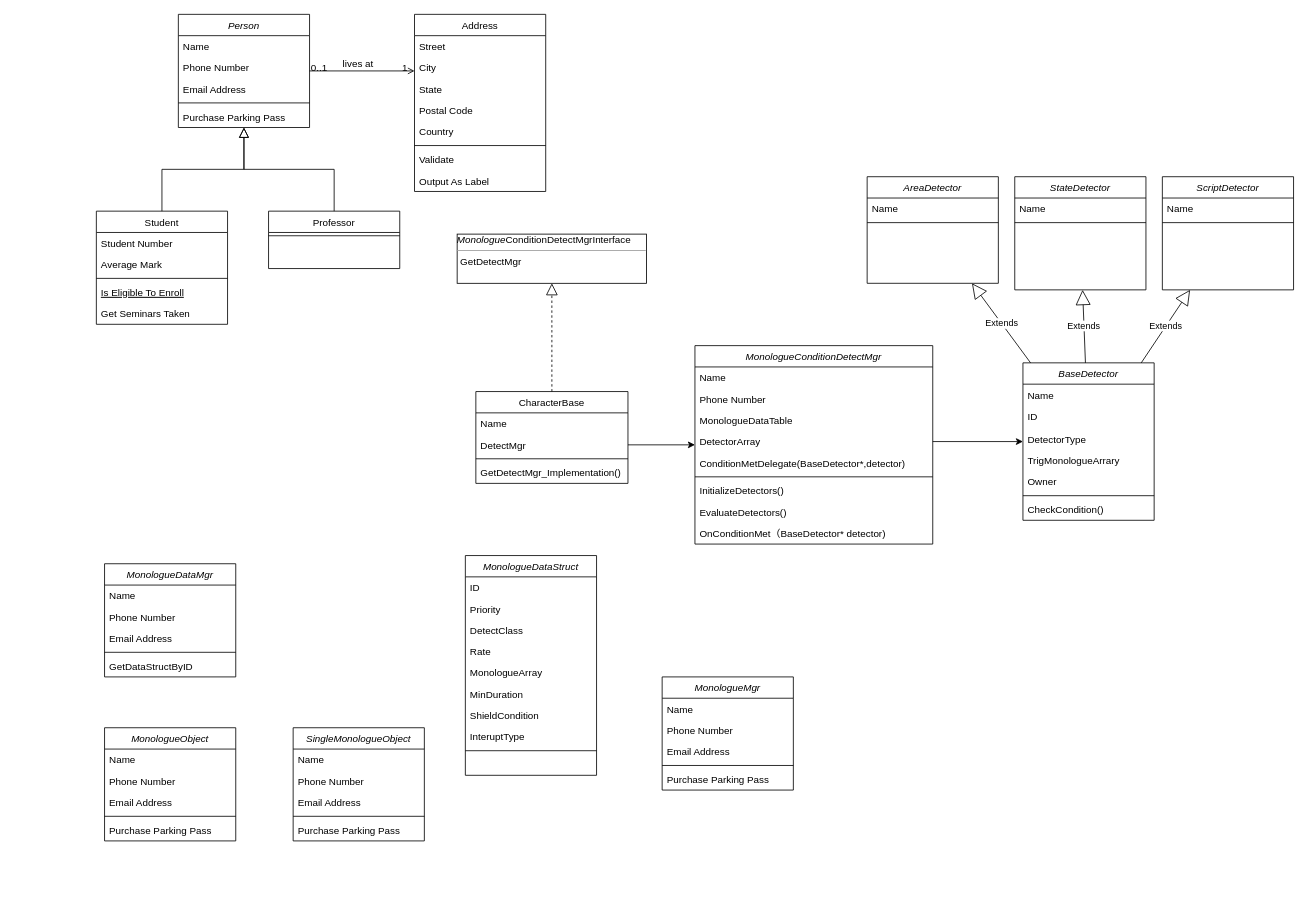
Before: Wwise.drawio in linking314/hello-world, a draw.io diagram. Source tidied: cells renumbered, new cells numbered last; positions are measured from the earlier drawing's top-left corner, leaving out a move shared by most shapes. Both pictures are drawn from the tidied source at 82%, with x=0, y=0 at pixel (96, 14).
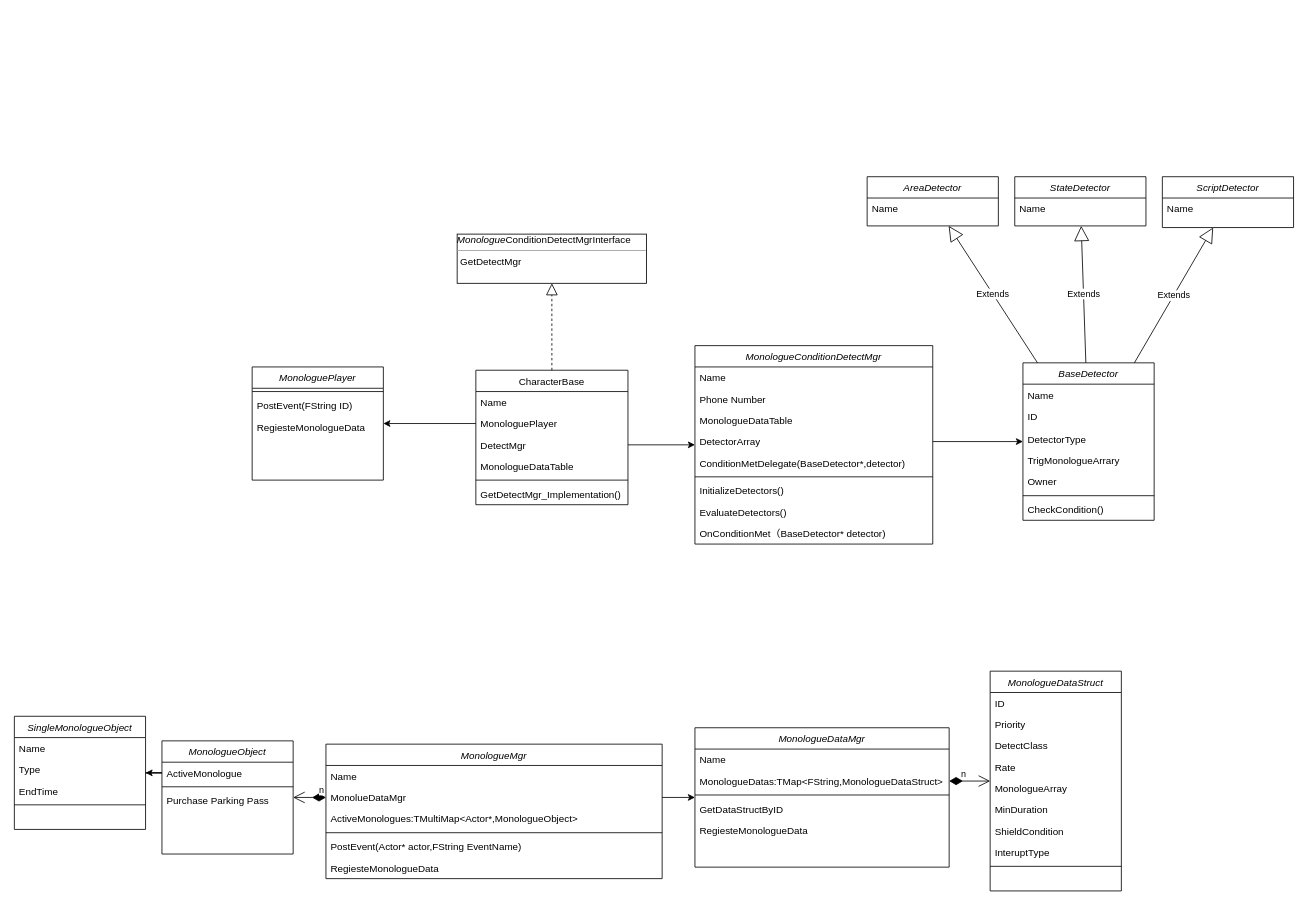
The same diagram, later.

Change to the diagram source:
```diff
@@
-    <mxCell id="2" value="Person" style="swimlane;fontStyle=2;align=center;verticalAlign=top;horizontal=1;startSize=26;rounded=0;shadow=0;strokeWidth=1;" parent="1" vertex="1">
-      <mxGeometry x="100" width="160" height="138" as="geometry" />
-    </mxCell>
-    <mxCell id="3" value="Name" style="text;align=left;verticalAlign=top;spacingLeft=4;spacingRight=4;overflow=hidden;" parent="2" vertex="1">
-      <mxGeometry y="26" width="160" height="26" as="geometry" />
-    </mxCell>
-    <mxCell id="4" value="Phone Number" style="text;align=left;verticalAlign=top;spacingLeft=4;spacingRight=4;overflow=hidden;rounded=0;shadow=0;html=0;" parent="2" vertex="1">
-      <mxGeometry y="52" width="160" height="26" as="geometry" />
-    </mxCell>
-    <mxCell id="5" value="Email Address" style="text;align=left;verticalAlign=top;spacingLeft=4;spacingRight=4;overflow=hidden;rounded=0;shadow=0;html=0;" parent="2" vertex="1">
-      <mxGeometry y="78" width="160" height="26" as="geometry" />
-    </mxCell>
-    <mxCell id="6" style="line;html=1;strokeWidth=1;align=left;verticalAlign=middle;spacingTop=-1;spacingLeft=3;spacingRight=3;labelPosition=right;" parent="2" vertex="1">
-      <mxGeometry y="104" width="160" height="8" as="geometry" />
-    </mxCell>
-    <mxCell id="7" value="Purchase Parking Pass" style="text;align=left;verticalAlign=top;spacingLeft=4;spacingRight=4;overflow=hidden;" parent="2" vertex="1">
-      <mxGeometry y="112" width="160" height="26" as="geometry" />
-    </mxCell>
-    <mxCell id="8" value="Student" style="swimlane;fontStyle=0;align=center;verticalAlign=top;horizontal=1;startSize=26;rounded=0;shadow=0;strokeWidth=1;" parent="1" vertex="1">
-      <mxGeometry y="240" width="160" height="138" as="geometry" />
-    </mxCell>
-    <mxCell id="9" value="Student Number" style="text;align=left;verticalAlign=top;spacingLeft=4;spacingRight=4;overflow=hidden;" parent="8" vertex="1">
-      <mxGeometry y="26" width="160" height="26" as="geometry" />
-    </mxCell>
-    <mxCell id="10" value="Average Mark" style="text;align=left;verticalAlign=top;spacingLeft=4;spacingRight=4;overflow=hidden;rounded=0;shadow=0;html=0;" parent="8" vertex="1">
-      <mxGeometry y="52" width="160" height="26" as="geometry" />
-    </mxCell>
-    <mxCell id="11" style="line;html=1;strokeWidth=1;align=left;verticalAlign=middle;spacingTop=-1;spacingLeft=3;spacingRight=3;labelPosition=right;" parent="8" vertex="1">
-      <mxGeometry y="78" width="160" height="8" as="geometry" />
-    </mxCell>
-    <mxCell id="12" value="Is Eligible To Enroll" style="text;align=left;verticalAlign=top;spacingLeft=4;spacingRight=4;overflow=hidden;fontStyle=4;" parent="8" vertex="1">
-      <mxGeometry y="86" width="160" height="26" as="geometry" />
-    </mxCell>
-    <mxCell id="13" value="Get Seminars Taken" style="text;align=left;verticalAlign=top;spacingLeft=4;spacingRight=4;overflow=hidden;" parent="8" vertex="1">
-      <mxGeometry y="112" width="160" height="26" as="geometry" />
-    </mxCell>
-    <mxCell id="14" style="endArrow=block;endSize=10;endFill=0;shadow=0;strokeWidth=1;rounded=0;edgeStyle=elbowEdgeStyle;elbow=vertical;" parent="1" edge="1" source="8" target="2">
-      <mxGeometry relative="1" as="geometry" />
-    </mxCell>
-    <mxCell id="15" value="Professor" style="swimlane;fontStyle=0;align=center;verticalAlign=top;horizontal=1;startSize=26;rounded=0;shadow=0;strokeWidth=1;" parent="1" vertex="1">
-      <mxGeometry x="210" y="240" width="160" height="70" as="geometry" />
-    </mxCell>
-    <mxCell id="16" style="line;html=1;strokeWidth=1;align=left;verticalAlign=middle;spacingTop=-1;spacingLeft=3;spacingRight=3;labelPosition=right;" parent="15" vertex="1">
-      <mxGeometry y="26" width="160" height="8" as="geometry" />
-    </mxCell>
-    <mxCell id="17" style="endArrow=block;endSize=10;endFill=0;shadow=0;strokeWidth=1;rounded=0;edgeStyle=elbowEdgeStyle;elbow=vertical;" parent="1" edge="1" source="15" target="2">
-      <mxGeometry relative="1" as="geometry" />
-    </mxCell>
-    <mxCell id="18" value="Address" style="swimlane;fontStyle=0;align=center;verticalAlign=top;horizontal=1;startSize=26;rounded=0;shadow=0;strokeWidth=1;" parent="1" vertex="1">
-      <mxGeometry x="388" width="160" height="216" as="geometry" />
-    </mxCell>
-    <mxCell id="19" value="Street" style="text;align=left;verticalAlign=top;spacingLeft=4;spacingRight=4;overflow=hidden;" parent="18" vertex="1">
-      <mxGeometry y="26" width="160" height="26" as="geometry" />
-    </mxCell>
-    <mxCell id="20" value="City" style="text;align=left;verticalAlign=top;spacingLeft=4;spacingRight=4;overflow=hidden;rounded=0;shadow=0;html=0;" parent="18" vertex="1">
-      <mxGeometry y="52" width="160" height="26" as="geometry" />
-    </mxCell>
-    <mxCell id="21" value="State" style="text;align=left;verticalAlign=top;spacingLeft=4;spacingRight=4;overflow=hidden;rounded=0;shadow=0;html=0;" parent="18" vertex="1">
-      <mxGeometry y="78" width="160" height="26" as="geometry" />
-    </mxCell>
-    <mxCell id="22" value="Postal Code" style="text;align=left;verticalAlign=top;spacingLeft=4;spacingRight=4;overflow=hidden;rounded=0;shadow=0;html=0;" parent="18" vertex="1">
-      <mxGeometry y="104" width="160" height="26" as="geometry" />
-    </mxCell>
-    <mxCell id="23" value="Country" style="text;align=left;verticalAlign=top;spacingLeft=4;spacingRight=4;overflow=hidden;rounded=0;shadow=0;html=0;" parent="18" vertex="1">
-      <mxGeometry y="130" width="160" height="26" as="geometry" />
-    </mxCell>
-    <mxCell id="24" style="line;html=1;strokeWidth=1;align=left;verticalAlign=middle;spacingTop=-1;spacingLeft=3;spacingRight=3;labelPosition=right;" parent="18" vertex="1">
-      <mxGeometry y="156" width="160" height="8" as="geometry" />
-    </mxCell>
-    <mxCell id="25" value="Validate" style="text;align=left;verticalAlign=top;spacingLeft=4;spacingRight=4;overflow=hidden;" parent="18" vertex="1">
-      <mxGeometry y="164" width="160" height="26" as="geometry" />
-    </mxCell>
-    <mxCell id="26" value="Output As Label" style="text;align=left;verticalAlign=top;spacingLeft=4;spacingRight=4;overflow=hidden;" parent="18" vertex="1">
-      <mxGeometry y="190" width="160" height="26" as="geometry" />
-    </mxCell>
-    <mxCell id="27" style="endArrow=open;shadow=0;strokeWidth=1;rounded=0;endFill=1;edgeStyle=elbowEdgeStyle;elbow=vertical;" parent="1" edge="1" source="2" target="18">
-      <mxGeometry x="0.5" y="41" relative="1" as="geometry">
-        <mxPoint x="-40" y="32" as="offset" />
-      </mxGeometry>
-    </mxCell>
-    <mxCell id="28" value="0..1" style="align=left;verticalAlign=bottom;labelBackgroundColor=none;fontSize=12;" parent="27" vertex="1">
-      <mxGeometry x="-1" relative="1" as="geometry">
-        <mxPoint y="4" as="offset" />
-      </mxGeometry>
-    </mxCell>
-    <mxCell id="29" value="1" style="align=right;verticalAlign=bottom;labelBackgroundColor=none;fontSize=12;" parent="27" vertex="1">
-      <mxGeometry x="1" relative="1" as="geometry">
-        <mxPoint x="-7" y="4" as="offset" />
-      </mxGeometry>
-    </mxCell>
-    <mxCell id="30" value="lives at" style="text;html=1;align=center;verticalAlign=middle;labelBackgroundColor=none;rounded=0;shadow=0;strokeWidth=1;fontSize=12;" parent="27" vertex="1">
-      <mxGeometry x="0.5" y="49" relative="1" as="geometry">
-        <mxPoint x="-38" y="40" as="offset" />
-      </mxGeometry>
-    </mxCell>
@@
     <mxCell id="40" value="MonologueDataMgr" style="swimlane;fontStyle=2;align=center;verticalAlign=top;horizontal=1;startSize=26;rounded=0;shadow=0;strokeWidth=1;" parent="1" vertex="1">
-      <mxGeometry x="10" y="670" width="160" height="138" as="geometry" />
+      <mxGeometry x="730" y="870" width="310" height="170" as="geometry" />
     </mxCell>
     <mxCell id="41" value="Name" style="text;align=left;verticalAlign=top;spacingLeft=4;spacingRight=4;overflow=hidden;" parent="40" vertex="1">
-      <mxGeometry y="26" width="160" height="26" as="geometry" />
+      <mxGeometry y="26" width="310" height="26" as="geometry" />
     </mxCell>
-    <mxCell id="42" value="Phone Number" style="text;align=left;verticalAlign=top;spacingLeft=4;spacingRight=4;overflow=hidden;rounded=0;shadow=0;html=0;" parent="40" vertex="1">
-      <mxGeometry y="52" width="160" height="26" as="geometry" />
-    </mxCell>
-    <mxCell id="43" value="Email Address" style="text;align=left;verticalAlign=top;spacingLeft=4;spacingRight=4;overflow=hidden;rounded=0;shadow=0;html=0;" parent="40" vertex="1">
-      <mxGeometry y="78" width="160" height="26" as="geometry" />
-    </mxCell>
+    <mxCell id="104" value="MonologueDatas:TMap&lt;FString,MonologueDataStruct&gt;" style="text;align=left;verticalAlign=top;spacingLeft=4;spacingRight=4;overflow=hidden;points=[[0,0.5],[1,0.5]];portConstraint=eastwest;" parent="40" vertex="1">
+      <mxGeometry y="52" width="310" height="26" as="geometry" />
+    </mxCell>
     <mxCell id="44" style="line;html=1;strokeWidth=1;align=left;verticalAlign=middle;spacingTop=-1;spacingLeft=3;spacingRight=3;labelPosition=right;" parent="40" vertex="1">
-      <mxGeometry y="104" width="160" height="8" as="geometry" />
+      <mxGeometry y="78" width="310" height="8" as="geometry" />
     </mxCell>
     <mxCell id="45" value="GetDataStructByID" style="text;align=left;verticalAlign=top;spacingLeft=4;spacingRight=4;overflow=hidden;" parent="40" vertex="1">
-      <mxGeometry y="112" width="160" height="26" as="geometry" />
+      <mxGeometry y="86" width="310" height="26" as="geometry" />
     </mxCell>
+    <mxCell id="105" value="RegiesteMonologueData" style="text;align=left;verticalAlign=top;spacingLeft=4;spacingRight=4;overflow=hidden;" parent="40" vertex="1">
+      <mxGeometry y="112" width="310" height="26" as="geometry" />
+    </mxCell>
     <mxCell id="46" value="MonologueMgr" style="swimlane;fontStyle=2;align=center;verticalAlign=top;horizontal=1;startSize=26;rounded=0;shadow=0;strokeWidth=1;" parent="1" vertex="1">
-      <mxGeometry x="690" y="808" width="160" height="138" as="geometry" />
+      <mxGeometry x="280" y="890" width="410" height="164" as="geometry" />
     </mxCell>
     <mxCell id="47" value="Name" style="text;align=left;verticalAlign=top;spacingLeft=4;spacingRight=4;overflow=hidden;" parent="46" vertex="1">
-      <mxGeometry y="26" width="160" height="26" as="geometry" />
+      <mxGeometry y="26" width="410" height="26" as="geometry" />
     </mxCell>
-    <mxCell id="48" value="Phone Number" style="text;align=left;verticalAlign=top;spacingLeft=4;spacingRight=4;overflow=hidden;rounded=0;shadow=0;html=0;" parent="46" vertex="1">
-      <mxGeometry y="52" width="160" height="26" as="geometry" />
-    </mxCell>
-    <mxCell id="49" value="Email Address" style="text;align=left;verticalAlign=top;spacingLeft=4;spacingRight=4;overflow=hidden;rounded=0;shadow=0;html=0;" parent="46" vertex="1">
-      <mxGeometry y="78" width="160" height="26" as="geometry" />
-    </mxCell>
+    <mxCell id="106" value="MonolueDataMgr" style="text;align=left;verticalAlign=top;spacingLeft=4;spacingRight=4;overflow=hidden;points=[[0,0.5],[1,0.5]];portConstraint=eastwest;" parent="46" vertex="1">
+      <mxGeometry y="52" width="410" height="26" as="geometry" />
+    </mxCell>
+    <mxCell id="107" value="ActiveMonologues:TMultiMap&lt;Actor*,MonologueObject&gt;" style="text;align=left;verticalAlign=top;spacingLeft=4;spacingRight=4;overflow=hidden;" parent="46" vertex="1">
+      <mxGeometry y="78" width="410" height="26" as="geometry" />
+    </mxCell>
     <mxCell id="50" style="line;html=1;strokeWidth=1;align=left;verticalAlign=middle;spacingTop=-1;spacingLeft=3;spacingRight=3;labelPosition=right;" parent="46" vertex="1">
-      <mxGeometry y="104" width="160" height="8" as="geometry" />
+      <mxGeometry y="104" width="410" height="8" as="geometry" />
     </mxCell>
-    <mxCell id="51" value="Purchase Parking Pass" style="text;align=left;verticalAlign=top;spacingLeft=4;spacingRight=4;overflow=hidden;" parent="46" vertex="1">
-      <mxGeometry y="112" width="160" height="26" as="geometry" />
+    <mxCell id="51" value="PostEvent(Actor* actor,FString EventName)" style="text;align=left;verticalAlign=top;spacingLeft=4;spacingRight=4;overflow=hidden;" parent="46" vertex="1">
+      <mxGeometry y="112" width="410" height="26" as="geometry" />
     </mxCell>
+    <mxCell id="108" value="RegiesteMonologueData" style="text;align=left;verticalAlign=top;spacingLeft=4;spacingRight=4;overflow=hidden;" parent="46" vertex="1">
+      <mxGeometry y="138" width="410" height="26" as="geometry" />
+    </mxCell>
     <mxCell id="52" value="MonologueObject" style="swimlane;fontStyle=2;align=center;verticalAlign=top;horizontal=1;startSize=26;rounded=0;shadow=0;strokeWidth=1;" parent="1" vertex="1">
-      <mxGeometry x="10" y="870" width="160" height="138" as="geometry" />
+      <mxGeometry x="80" y="886" width="160" height="138" as="geometry" />
     </mxCell>
-    <mxCell id="53" value="Name" style="text;align=left;verticalAlign=top;spacingLeft=4;spacingRight=4;overflow=hidden;points=[[0,0.5],[1,0.5]];portConstraint=eastwest;" parent="52" vertex="1">
+    <mxCell id="53" value="ActiveMonologue" style="text;align=left;verticalAlign=top;spacingLeft=4;spacingRight=4;overflow=hidden;points=[[0,0.5],[1,0.5]];portConstraint=eastwest;" parent="52" vertex="1">
       <mxGeometry y="26" width="160" height="26" as="geometry" />
     </mxCell>
-    <mxCell id="54" value="Phone Number" style="text;align=left;verticalAlign=top;spacingLeft=4;spacingRight=4;overflow=hidden;rounded=0;shadow=0;html=0;" parent="52" vertex="1">
-      <mxGeometry y="52" width="160" height="26" as="geometry" />
-    </mxCell>
-    <mxCell id="55" value="Email Address" style="text;align=left;verticalAlign=top;spacingLeft=4;spacingRight=4;overflow=hidden;rounded=0;shadow=0;html=0;" parent="52" vertex="1">
-      <mxGeometry y="78" width="160" height="26" as="geometry" />
-    </mxCell>
     <mxCell id="56" style="line;html=1;strokeWidth=1;align=left;verticalAlign=middle;spacingTop=-1;spacingLeft=3;spacingRight=3;labelPosition=right;" parent="52" vertex="1">
-      <mxGeometry y="104" width="160" height="8" as="geometry" />
+      <mxGeometry y="52" width="160" height="8" as="geometry" />
     </mxCell>
     <mxCell id="57" value="Purchase Parking Pass" style="text;align=left;verticalAlign=top;spacingLeft=4;spacingRight=4;overflow=hidden;" parent="52" vertex="1">
-      <mxGeometry y="112" width="160" height="26" as="geometry" />
+      <mxGeometry y="60" width="160" height="26" as="geometry" />
     </mxCell>
     <mxCell id="58" value="SingleMonologueObject" style="swimlane;fontStyle=2;align=center;verticalAlign=top;horizontal=1;startSize=26;rounded=0;shadow=0;strokeWidth=1;" parent="1" vertex="1">
-      <mxGeometry x="240" y="870" width="160" height="138" as="geometry" />
+      <mxGeometry x="-100" y="856" width="160" height="138" as="geometry" />
     </mxCell>
@@
-    <mxCell id="60" value="Phone Number" style="text;align=left;verticalAlign=top;spacingLeft=4;spacingRight=4;overflow=hidden;rounded=0;shadow=0;html=0;" parent="58" vertex="1">
-      <mxGeometry y="52" width="160" height="26" as="geometry" />
-    </mxCell>
-    <mxCell id="61" value="Email Address" style="text;align=left;verticalAlign=top;spacingLeft=4;spacingRight=4;overflow=hidden;rounded=0;shadow=0;html=0;" parent="58" vertex="1">
-      <mxGeometry y="78" width="160" height="26" as="geometry" />
-    </mxCell>
+    <mxCell id="109" value="Type" style="text;align=left;verticalAlign=top;spacingLeft=4;spacingRight=4;overflow=hidden;" parent="58" vertex="1">
+      <mxGeometry y="52" width="160" height="26" as="geometry" />
+    </mxCell>
+    <mxCell id="110" value="EndTime" style="text;align=left;verticalAlign=top;spacingLeft=4;spacingRight=4;overflow=hidden;" parent="58" vertex="1">
+      <mxGeometry y="78" width="160" height="26" as="geometry" />
+    </mxCell>
@@
-    <mxCell id="63" value="Purchase Parking Pass" style="text;align=left;verticalAlign=top;spacingLeft=4;spacingRight=4;overflow=hidden;" parent="58" vertex="1">
-      <mxGeometry y="112" width="160" height="26" as="geometry" />
-    </mxCell>
     <mxCell id="64" value="MonologueDataStruct" style="swimlane;fontStyle=2;align=center;verticalAlign=top;horizontal=1;startSize=26;rounded=0;shadow=0;strokeWidth=1;" parent="1" vertex="1">
-      <mxGeometry x="450" y="660" width="160" height="268" as="geometry" />
+      <mxGeometry x="1090" y="801" width="160" height="268" as="geometry" />
     </mxCell>
@@
     <mxCell id="84" value="CharacterBase" style="swimlane;fontStyle=0;align=center;verticalAlign=top;horizontal=1;startSize=26;rounded=0;shadow=0;strokeWidth=1;" parent="1" vertex="1">
-      <mxGeometry x="462.8" y="460" width="185.5" height="112" as="geometry" />
+      <mxGeometry x="462.8" y="434" width="185.5" height="164" as="geometry" />
     </mxCell>
@@
+    <mxCell id="111" value="MonologuePlayer" style="text;align=left;verticalAlign=top;spacingLeft=4;spacingRight=4;overflow=hidden;points=[[0,0.5],[1,0.5]];portConstraint=eastwest;" parent="84" vertex="1">
+      <mxGeometry y="52" width="185.5" height="26" as="geometry" />
+    </mxCell>
     <mxCell id="86" value="DetectMgr" style="text;align=left;verticalAlign=top;spacingLeft=4;spacingRight=4;overflow=hidden;points=[[0,0.5],[1,0.5]];portConstraint=eastwest;" parent="84" vertex="1">
-      <mxGeometry y="52" width="185.5" height="26" as="geometry" />
+      <mxGeometry y="78" width="185.5" height="26" as="geometry" />
     </mxCell>
+    <mxCell id="112" value="MonologueDataTable" style="text;align=left;verticalAlign=top;spacingLeft=4;spacingRight=4;overflow=hidden;" parent="84" vertex="1">
+      <mxGeometry y="104" width="185.5" height="26" as="geometry" />
+    </mxCell>
     <mxCell id="87" style="line;html=1;strokeWidth=1;align=left;verticalAlign=middle;spacingTop=-1;spacingLeft=3;spacingRight=3;labelPosition=right;" parent="84" vertex="1">
-      <mxGeometry y="78" width="185.5" height="8" as="geometry" />
+      <mxGeometry y="130" width="185.5" height="8" as="geometry" />
     </mxCell>
     <mxCell id="88" value="GetDetectMgr_Implementation()" style="text;align=left;verticalAlign=top;spacingLeft=4;spacingRight=4;overflow=hidden;" parent="84" vertex="1">
-      <mxGeometry y="86" width="185.5" height="26" as="geometry" />
+      <mxGeometry y="138" width="185.5" height="26" as="geometry" />
     </mxCell>
     <mxCell id="89" value="AreaDetector" style="swimlane;fontStyle=2;align=center;verticalAlign=top;horizontal=1;startSize=26;rounded=0;shadow=0;strokeWidth=1;" parent="1" vertex="1">
-      <mxGeometry x="940" y="198" width="160" height="130" as="geometry" />
+      <mxGeometry x="940" y="198" width="160" height="60" as="geometry" />
     </mxCell>
@@
-    <mxCell id="91" style="line;html=1;strokeWidth=1;align=left;verticalAlign=middle;spacingTop=-1;spacingLeft=3;spacingRight=3;labelPosition=right;" parent="89" vertex="1">
-      <mxGeometry y="52" width="160" height="8" as="geometry" />
-    </mxCell>
     <mxCell id="92" value="StateDetector" style="swimlane;fontStyle=2;align=center;verticalAlign=top;horizontal=1;startSize=26;rounded=0;shadow=0;strokeWidth=1;" parent="1" vertex="1">
-      <mxGeometry x="1120" y="198" width="160" height="138" as="geometry" />
+      <mxGeometry x="1120" y="198" width="160" height="60" as="geometry" />
     </mxCell>
@@
-    <mxCell id="94" style="line;html=1;strokeWidth=1;align=left;verticalAlign=middle;spacingTop=-1;spacingLeft=3;spacingRight=3;labelPosition=right;" parent="92" vertex="1">
-      <mxGeometry y="52" width="160" height="8" as="geometry" />
-    </mxCell>
     <mxCell id="95" value="ScriptDetector" style="swimlane;fontStyle=2;align=center;verticalAlign=top;horizontal=1;startSize=26;rounded=0;shadow=0;strokeWidth=1;" parent="1" vertex="1">
-      <mxGeometry x="1300" y="198" width="160" height="138" as="geometry" />
+      <mxGeometry x="1300" y="198" width="160" height="62" as="geometry" />
     </mxCell>
@@
-    <mxCell id="97" style="line;html=1;strokeWidth=1;align=left;verticalAlign=middle;spacingTop=-1;spacingLeft=3;spacingRight=3;labelPosition=right;" parent="95" vertex="1">
-      <mxGeometry y="52" width="160" height="8" as="geometry" />
-    </mxCell>
@@
+    <mxCell id="113" value="n" style="endArrow=open;html=1;endSize=12;startArrow=diamondThin;startSize=14;startFill=1;edgeStyle=orthogonalEdgeStyle;align=left;verticalAlign=bottom;" parent="1" edge="1" source="104" target="64">
+      <mxGeometry x="-0.5" relative="1" as="geometry" />
+    </mxCell>
+    <mxCell id="114" style="edgeStyle=orthogonalEdgeStyle;rounded=0;jettySize=auto;html=1;" parent="1" edge="1" source="53" target="58">
+      <mxGeometry relative="1" as="geometry" />
+    </mxCell>
+    <mxCell id="115" value="n" style="endArrow=open;html=1;endSize=12;startArrow=diamondThin;startSize=14;startFill=1;edgeStyle=orthogonalEdgeStyle;align=left;verticalAlign=bottom;" parent="1" edge="1" source="106" target="52">
+      <mxGeometry x="-0.5" relative="1" as="geometry" />
+    </mxCell>
+    <mxCell id="116" value="MonologuePlayer" style="swimlane;fontStyle=2;align=center;verticalAlign=top;horizontal=1;startSize=26;rounded=0;shadow=0;strokeWidth=1;" parent="1" vertex="1">
+      <mxGeometry x="190" y="430" width="160" height="138" as="geometry" />
+    </mxCell>
+    <mxCell id="16" style="line;html=1;strokeWidth=1;align=left;verticalAlign=middle;spacingTop=-1;spacingLeft=3;spacingRight=3;labelPosition=right;" parent="116" vertex="1">
+      <mxGeometry y="26" width="160" height="8" as="geometry" />
+    </mxCell>
+    <mxCell id="117" value="PostEvent(FString ID)" style="text;align=left;verticalAlign=top;spacingLeft=4;spacingRight=4;overflow=hidden;" parent="116" vertex="1">
+      <mxGeometry y="34" width="160" height="26" as="geometry" />
+    </mxCell>
+    <mxCell id="118" value="RegiesteMonologueData" style="text;align=left;verticalAlign=top;spacingLeft=4;spacingRight=4;overflow=hidden;" parent="116" vertex="1">
+      <mxGeometry y="60" width="160" height="26" as="geometry" />
+    </mxCell>
+    <mxCell id="119" style="edgeStyle=orthogonalEdgeStyle;rounded=0;jettySize=auto;html=1;" parent="1" edge="1" source="111" target="116">
+      <mxGeometry relative="1" as="geometry" />
+    </mxCell>
+    <mxCell id="120" style="edgeStyle=orthogonalEdgeStyle;rounded=0;jettySize=auto;html=1;" parent="1" edge="1" source="106" target="40">
+      <mxGeometry relative="1" as="geometry" />
+    </mxCell>
```
